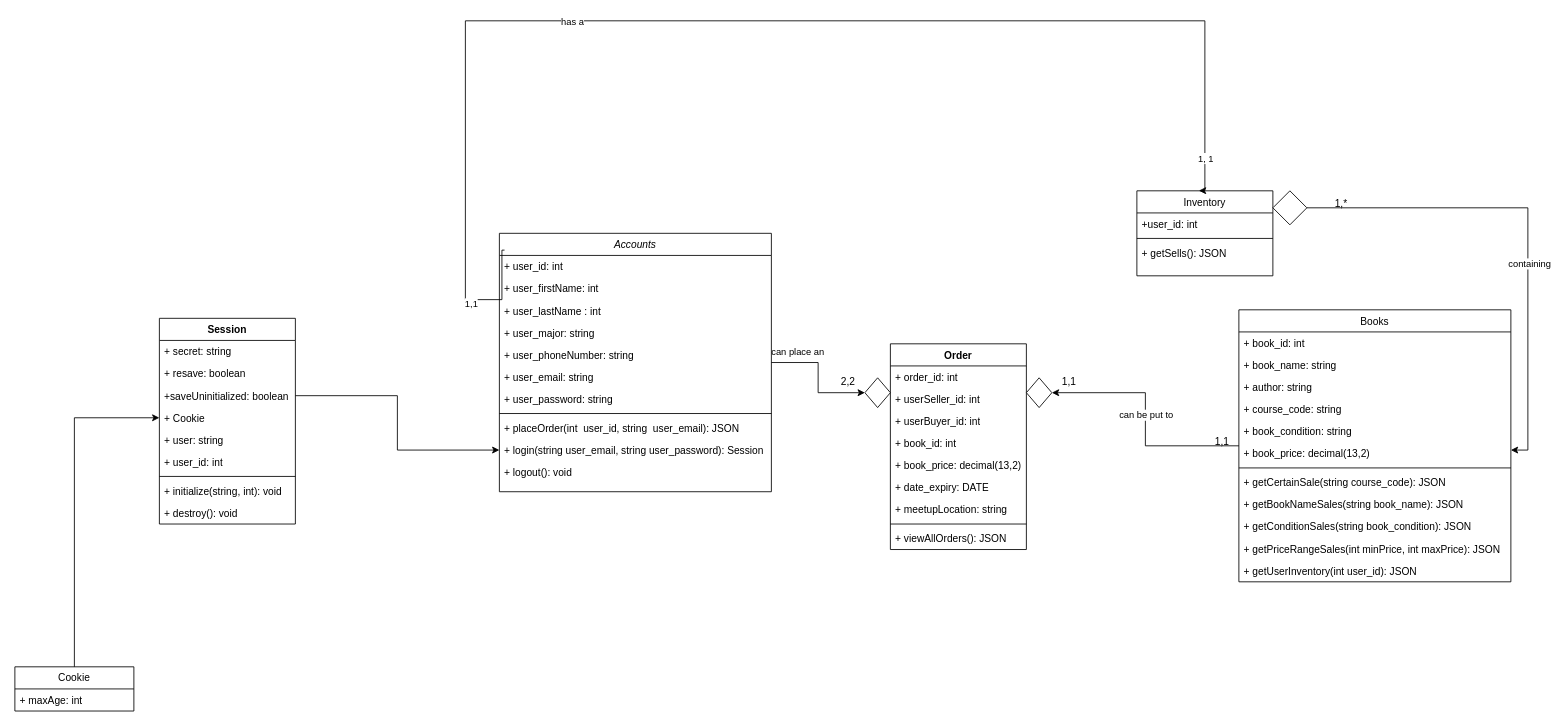
The draw.io diagram Diagrams/Iteration2ClassDiagram.drawio in xa888s/racoon-bazaar, before the edit. Source tidied: cells renumbered, new cells numbered last; positions are measured from the earlier drawing's top-left corner, leaving out a move shared by most shapes. Both pictures are drawn from the tidied source at 85%, with x=0, y=0 at pixel (14, 20).
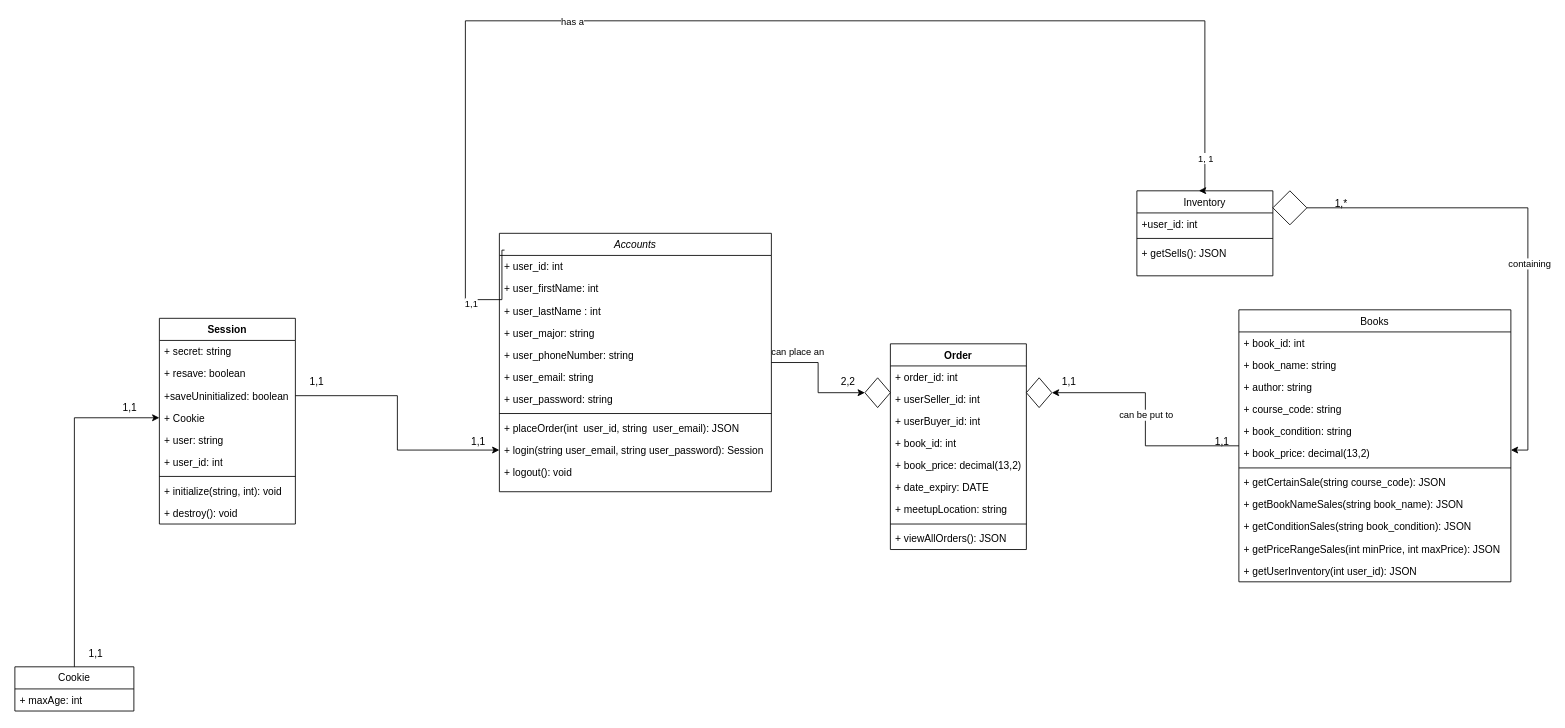
Above is the later version.

Commit message (it also covers changes not shown here):
Forgot 1,1 relationships between Session, Cookie, Accounts. Added

What changed in the source:
```diff
@@
+    <mxCell id="72" value="1,1" style="text;html=1;align=center;verticalAlign=middle;strokeColor=none;fillColor=none;" parent="1" vertex="1">
+      <mxGeometry x="525" y="480" width="40" height="30" as="geometry" />
+    </mxCell>
+    <mxCell id="73" value="1,1" style="text;html=1;align=center;verticalAlign=middle;strokeColor=none;fillColor=none;" parent="1" vertex="1">
+      <mxGeometry x="335" y="410" width="40" height="30" as="geometry" />
+    </mxCell>
+    <mxCell id="74" value="1,1" style="text;html=1;align=center;verticalAlign=middle;strokeColor=none;fillColor=none;" parent="1" vertex="1">
+      <mxGeometry x="75" y="730" width="40" height="30" as="geometry" />
+    </mxCell>
+    <mxCell id="75" value="1,1" style="text;html=1;align=center;verticalAlign=middle;strokeColor=none;fillColor=none;" parent="1" vertex="1">
+      <mxGeometry x="115" y="440" width="40" height="30" as="geometry" />
+    </mxCell>
```
